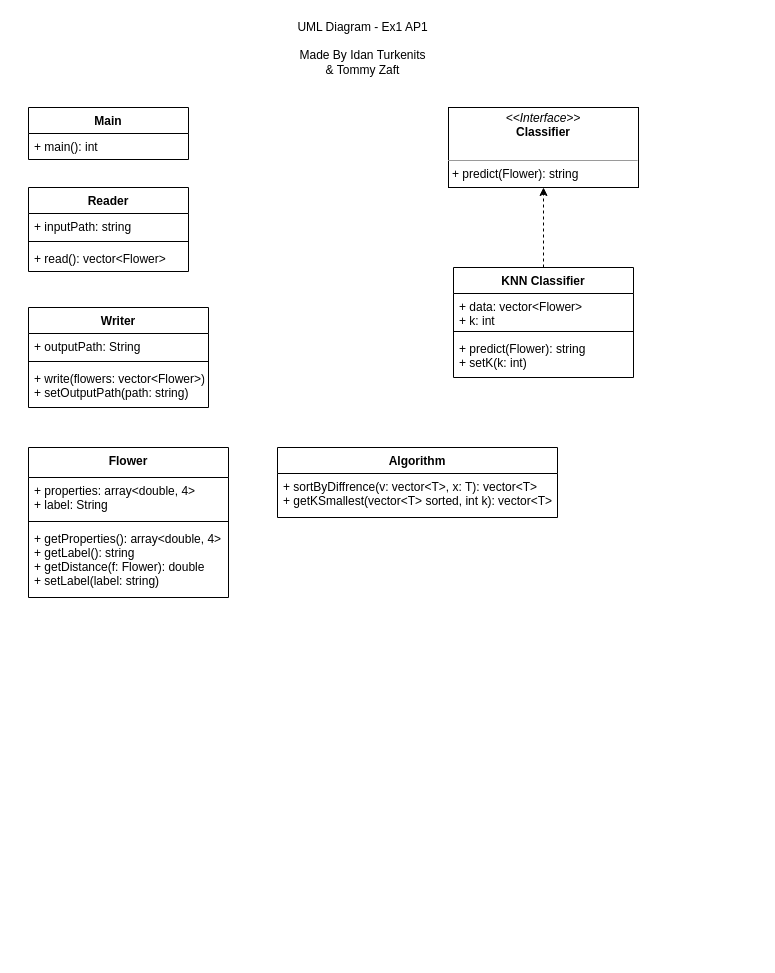
This is uml.drawio from Tom-stack3/AP1-ex3, a draw.io file, before an edit. Source tidied: cells renumbered, new cells numbered last; positions are measured from the earlier drawing's top-left corner, leaving out a move shared by most shapes. Both pictures are drawn from the tidied source at 100%, with x=0, y=0 at pixel (28, 17).
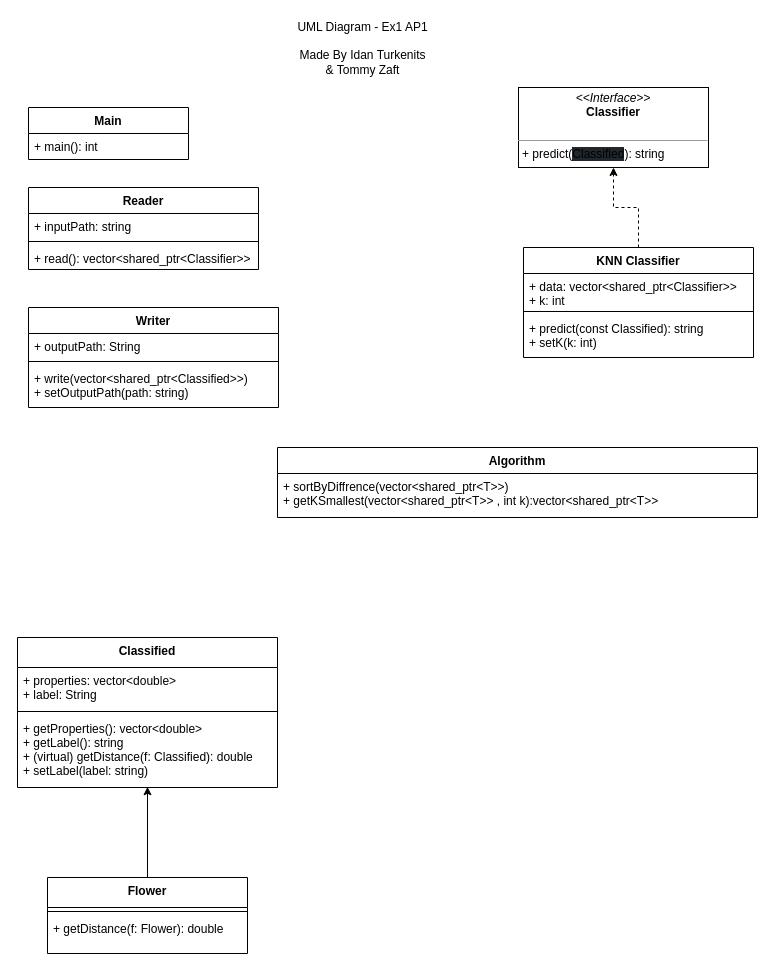
After the change.

What changed in the source:
```diff
@@
     <mxCell id="2" value="Reader" style="swimlane;fontStyle=1;align=center;verticalAlign=top;horizontal=1;startSize=26;" parent="1" vertex="1">
-      <mxGeometry y="170" width="160" height="84" as="geometry" />
+      <mxGeometry y="170" width="230" height="82" as="geometry" />
     </mxCell>
     <mxCell id="3" value="+ inputPath: string&#10;" style="text;strokeColor=none;fillColor=none;align=left;verticalAlign=top;spacingLeft=4;spacingRight=4;overflow=hidden;" parent="2" vertex="1">
-      <mxGeometry y="26" width="160" height="24" as="geometry" />
+      <mxGeometry y="26" width="230" height="24" as="geometry" />
     </mxCell>
     <mxCell id="4" style="line;strokeWidth=1;fillColor=none;align=left;verticalAlign=middle;spacingTop=-1;spacingLeft=3;spacingRight=3;labelPosition=right;" parent="2" vertex="1">
-      <mxGeometry y="50" width="160" height="8" as="geometry" />
+      <mxGeometry y="50" width="230" height="8" as="geometry" />
     </mxCell>
-    <mxCell id="5" value="+ read(): vector&lt;Flower&gt; " style="text;strokeColor=none;fillColor=none;align=left;verticalAlign=top;spacingLeft=4;spacingRight=4;overflow=hidden;" parent="2" vertex="1">
-      <mxGeometry y="58" width="160" height="26" as="geometry" />
+    <mxCell id="5" value="+ read(): vector&lt;shared_ptr&lt;Classifier&gt;&gt;" style="text;strokeColor=none;fillColor=none;align=left;verticalAlign=top;spacingLeft=4;spacingRight=4;overflow=hidden;" parent="2" vertex="1">
+      <mxGeometry y="58" width="230" height="24" as="geometry" />
     </mxCell>
@@
+    <mxCell id="26" style="edgeStyle=orthogonalEdgeStyle;rounded=0;jettySize=auto;html=1;exitX=0.5;exitY=0;exitDx=0;exitDy=0;entryX=0.5;entryY=0.99;entryDx=0;entryDy=0;entryPerimeter=0;" parent="1" edge="1" source="7" target="30">
+      <mxGeometry relative="1" as="geometry" />
+    </mxCell>
     <mxCell id="7" value="Flower" style="swimlane;fontStyle=1;align=center;verticalAlign=top;horizontal=1;startSize=30;" parent="1" vertex="1">
-      <mxGeometry y="430" width="200" height="150" as="geometry" />
+      <mxGeometry x="19" y="860" width="200" height="76" as="geometry" />
     </mxCell>
-    <mxCell id="8" value="+ properties: array&lt;double, 4&gt;&#10;+ label: String" style="text;strokeColor=none;fillColor=none;align=left;verticalAlign=top;spacingLeft=4;spacingRight=4;overflow=hidden;" parent="7" vertex="1">
-      <mxGeometry y="30" width="200" height="40" as="geometry" />
-    </mxCell>
     <mxCell id="9" style="line;strokeWidth=1;fillColor=none;align=left;verticalAlign=middle;spacingTop=-1;spacingLeft=3;spacingRight=3;labelPosition=right;" parent="7" vertex="1">
-      <mxGeometry y="70" width="200" height="8" as="geometry" />
+      <mxGeometry y="30" width="200" height="8" as="geometry" />
     </mxCell>
-    <mxCell id="10" value="+ getProperties(): array&lt;double, 4&gt;&#10;+ getLabel(): string&#10;+ getDistance(f: Flower): double&#10;+ setLabel(label: string)" style="text;strokeColor=none;fillColor=none;align=left;verticalAlign=top;spacingLeft=4;spacingRight=4;overflow=hidden;" parent="7" vertex="1">
-      <mxGeometry y="78" width="200" height="72" as="geometry" />
+    <mxCell id="10" value="+ getDistance(f: Flower): double&#10;" style="text;strokeColor=none;fillColor=none;align=left;verticalAlign=top;spacingLeft=4;spacingRight=4;overflow=hidden;" parent="7" vertex="1">
+      <mxGeometry y="38" width="200" height="38" as="geometry" />
     </mxCell>
     <mxCell id="11" value="Writer" style="swimlane;fontStyle=1;align=center;verticalAlign=top;horizontal=1;startSize=26;" parent="1" vertex="1">
-      <mxGeometry y="290" width="180" height="100" as="geometry" />
+      <mxGeometry y="290" width="250" height="100" as="geometry" />
     </mxCell>
     <mxCell id="12" value="+ outputPath: String" style="text;strokeColor=none;fillColor=none;align=left;verticalAlign=top;spacingLeft=4;spacingRight=4;overflow=hidden;" parent="11" vertex="1">
-      <mxGeometry y="26" width="180" height="24" as="geometry" />
+      <mxGeometry y="26" width="250" height="24" as="geometry" />
     </mxCell>
     <mxCell id="13" style="line;strokeWidth=1;fillColor=none;align=left;verticalAlign=middle;spacingTop=-1;spacingLeft=3;spacingRight=3;labelPosition=right;" parent="11" vertex="1">
-      <mxGeometry y="50" width="180" height="8" as="geometry" />
+      <mxGeometry y="50" width="250" height="8" as="geometry" />
     </mxCell>
-    <mxCell id="14" value="+ write(flowers: vector&lt;Flower&gt;)&#10;+ setOutputPath(path: string)" style="text;strokeColor=none;fillColor=none;align=left;verticalAlign=top;spacingLeft=4;spacingRight=4;overflow=hidden;" parent="11" vertex="1">
-      <mxGeometry y="58" width="180" height="42" as="geometry" />
+    <mxCell id="14" value="+ write(vector&lt;shared_ptr&lt;Classified&gt;&gt;)&#10;+ setOutputPath(path: string)" style="text;strokeColor=none;fillColor=none;align=left;verticalAlign=top;spacingLeft=4;spacingRight=4;overflow=hidden;" parent="11" vertex="1">
+      <mxGeometry y="58" width="250" height="42" as="geometry" />
     </mxCell>
-    <mxCell id="15" value="&lt;p style=&quot;margin: 0px ; margin-top: 4px ; text-align: center&quot;&gt;&lt;i&gt;&amp;lt;&amp;lt;Interface&amp;gt;&amp;gt;&lt;/i&gt;&lt;br&gt;&lt;b&gt;Classifier&lt;/b&gt;&lt;/p&gt;&lt;p style=&quot;margin: 0px ; margin-left: 4px&quot;&gt;&lt;br&gt;&lt;/p&gt;&lt;hr size=&quot;1&quot;&gt;&lt;p style=&quot;margin: 0px ; margin-left: 4px&quot;&gt;+ predict(Flower): string&lt;br&gt;&lt;br&gt;&lt;/p&gt;" style="verticalAlign=top;align=left;overflow=fill;fontSize=12;fontFamily=Helvetica;html=1;" parent="1" vertex="1">
-      <mxGeometry x="420" y="90" width="190" height="80" as="geometry" />
+    <mxCell id="15" value="&lt;p style=&quot;margin: 0px ; margin-top: 4px ; text-align: center&quot;&gt;&lt;i&gt;&amp;lt;&amp;lt;Interface&amp;gt;&amp;gt;&lt;/i&gt;&lt;br&gt;&lt;b&gt;Classifier&lt;/b&gt;&lt;/p&gt;&lt;p style=&quot;margin: 0px ; margin-left: 4px&quot;&gt;&lt;br&gt;&lt;/p&gt;&lt;hr size=&quot;1&quot;&gt;&lt;p style=&quot;margin: 0px ; margin-left: 4px&quot;&gt;+ predict(&lt;span class=&quot;pl-k&quot; style=&quot;box-sizing: border-box ; font-family: , , &amp;#34;sf mono&amp;#34; , &amp;#34;menlo&amp;#34; , &amp;#34;consolas&amp;#34; , &amp;#34;liberation mono&amp;#34; , monospace ; background-color: rgb(34 , 39 , 46)&quot;&gt;Classified&lt;/span&gt;): string&lt;br&gt;&lt;br&gt;&lt;/p&gt;" style="verticalAlign=top;align=left;overflow=fill;fontSize=12;fontFamily=Helvetica;html=1;" parent="1" vertex="1">
+      <mxGeometry x="490" y="70" width="190" height="80" as="geometry" />
     </mxCell>
@@
     <mxCell id="20" value="Algorithm" style="swimlane;fontStyle=1;align=center;verticalAlign=top;horizontal=1;startSize=26;" parent="1" vertex="1">
-      <mxGeometry x="249" y="430" width="280" height="70" as="geometry" />
+      <mxGeometry x="249" y="430" width="480" height="70" as="geometry" />
     </mxCell>
-    <mxCell id="21" value="+ sortByDiffrence(v: vector&lt;T&gt;, x: T): vector&lt;T&gt;&#10;+ getKSmallest(vector&lt;T&gt; sorted, int k): vector&lt;T&gt;" style="text;strokeColor=none;fillColor=none;align=left;verticalAlign=top;spacingLeft=4;spacingRight=4;overflow=hidden;" parent="20" vertex="1">
-      <mxGeometry y="26" width="280" height="44" as="geometry" />
+    <mxCell id="21" value="+ sortByDiffrence(vector&lt;shared_ptr&lt;T&gt;&gt;)&#10;+ getKSmallest(vector&lt;shared_ptr&lt;T&gt;&gt; , int k):vector&lt;shared_ptr&lt;T&gt;&gt;" style="text;strokeColor=none;fillColor=none;align=left;verticalAlign=top;spacingLeft=4;spacingRight=4;overflow=hidden;" parent="20" vertex="1">
+      <mxGeometry y="26" width="480" height="44" as="geometry" />
     </mxCell>
     <mxCell id="22" value="KNN Classifier" style="swimlane;fontStyle=1;align=center;verticalAlign=top;horizontal=1;startSize=26;" parent="1" vertex="1">
-      <mxGeometry x="425" y="250" width="180" height="110" as="geometry" />
+      <mxGeometry x="495" y="230" width="230" height="110" as="geometry" />
     </mxCell>
-    <mxCell id="23" value="+ data: vector&lt;Flower&gt;&#10;+ k: int" style="text;strokeColor=none;fillColor=none;align=left;verticalAlign=top;spacingLeft=4;spacingRight=4;overflow=hidden;" parent="22" vertex="1">
-      <mxGeometry y="26" width="180" height="34" as="geometry" />
+    <mxCell id="23" value="+ data: vector&lt;shared_ptr&lt;Classifier&gt;&gt;&#10;+ k: int" style="text;strokeColor=none;fillColor=none;align=left;verticalAlign=top;spacingLeft=4;spacingRight=4;overflow=hidden;" parent="22" vertex="1">
+      <mxGeometry y="26" width="230" height="34" as="geometry" />
     </mxCell>
     <mxCell id="24" style="line;strokeWidth=1;fillColor=none;align=left;verticalAlign=middle;spacingTop=-1;spacingLeft=3;spacingRight=3;labelPosition=right;" parent="22" vertex="1">
-      <mxGeometry y="60" width="180" height="8" as="geometry" />
+      <mxGeometry y="60" width="230" height="8" as="geometry" />
     </mxCell>
-    <mxCell id="25" value="+ predict(Flower): string&#10;+ setK(k: int)" style="text;strokeColor=none;fillColor=none;align=left;verticalAlign=top;spacingLeft=4;spacingRight=4;overflow=hidden;" parent="22" vertex="1">
-      <mxGeometry y="68" width="180" height="42" as="geometry" />
+    <mxCell id="25" value="+ predict(const Classified): string&#10;+ setK(k: int)" style="text;strokeColor=none;fillColor=none;align=left;verticalAlign=top;spacingLeft=4;spacingRight=4;overflow=hidden;" parent="22" vertex="1">
+      <mxGeometry y="68" width="230" height="42" as="geometry" />
     </mxCell>
+    <mxCell id="27" value="Classified" style="swimlane;fontStyle=1;align=center;verticalAlign=top;horizontal=1;startSize=30;" parent="1" vertex="1">
+      <mxGeometry x="-11" y="620" width="260" height="150" as="geometry" />
+    </mxCell>
+    <mxCell id="28" value="+ properties: vector&lt;double&gt;&#10;+ label: String" style="text;strokeColor=none;fillColor=none;align=left;verticalAlign=top;spacingLeft=4;spacingRight=4;overflow=hidden;" parent="27" vertex="1">
+      <mxGeometry y="30" width="260" height="40" as="geometry" />
+    </mxCell>
+    <mxCell id="29" style="line;strokeWidth=1;fillColor=none;align=left;verticalAlign=middle;spacingTop=-1;spacingLeft=3;spacingRight=3;labelPosition=right;" parent="27" vertex="1">
+      <mxGeometry y="70" width="260" height="8" as="geometry" />
+    </mxCell>
+    <mxCell id="30" value="+ getProperties(): vector&lt;double&gt;&#10;+ getLabel(): string&#10;+ (virtual) getDistance(f: Classified): double&#10;+ setLabel(label: string)" style="text;strokeColor=none;fillColor=none;align=left;verticalAlign=top;spacingLeft=4;spacingRight=4;overflow=hidden;points=[[0,0.5],[1,0.5]];portConstraint=eastwest;" parent="27" vertex="1">
+      <mxGeometry y="78" width="260" height="72" as="geometry" />
+    </mxCell>
```
